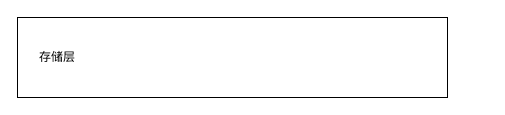
Above: draw.io/精准测试项目流程.drawio in KeatonLi/pictures (draw.io), before the change. Source tidied: cells renumbered, new cells numbered last; positions are measured from the earlier drawing's top-left corner, leaving out a move shared by most shapes. Both pictures are drawn from the tidied source at 100%, with x=0, y=0 at pixel (17, 17).
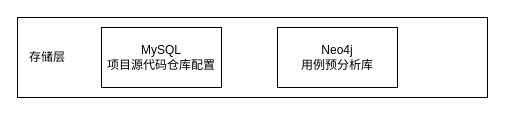
The same page after the edit.

Commit message (it also covers changes not shown here):
更新精准测试项目流程.drawio

The edit, as a diff of the source:
```diff
@@
 <mxGraphModel>
   <root>
     <mxCell id="0" />
     <mxCell id="1" parent="0" />
     <mxCell id="2" style="rounded=0;whiteSpace=wrap;html=1;" parent="1" vertex="1">
-      <mxGeometry width="430" height="80" as="geometry" />
+      <mxGeometry width="470" height="80" as="geometry" />
     </mxCell>
     <mxCell id="3" value="存储层" style="text;html=1;align=center;verticalAlign=middle;whiteSpace=wrap;rounded=0;" parent="1" vertex="1">
-      <mxGeometry x="10" y="25" width="60" height="30" as="geometry" />
+      <mxGeometry y="25" width="60" height="30" as="geometry" />
     </mxCell>
+    <mxCell id="4" value="MySQL&lt;br&gt;项目源代码仓库配置" style="rounded=0;whiteSpace=wrap;html=1;" parent="1" vertex="1">
+      <mxGeometry x="84" y="10" width="120" height="60" as="geometry" />
+    </mxCell>
+    <mxCell id="5" value="Neo4j&lt;br&gt;用例预分析库" style="rounded=0;whiteSpace=wrap;html=1;" parent="1" vertex="1">
+      <mxGeometry x="260" y="10" width="120" height="60" as="geometry" />
+    </mxCell>
   </root>
 </mxGraphModel>
```
